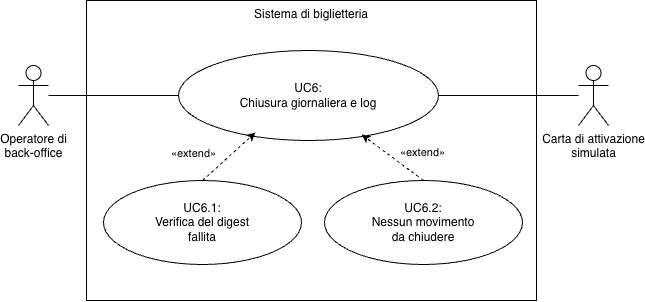
Before: img/diagrams/uc-6.png, a diagram exported from draw.io (Leddosja/thesis-EdisHodja). Source tidied: cells renumbered, new cells last; positions are measured from the earlier drawing's top-left corner, leaving out a move shared by most shapes. The source it was exported from:
```xml
<mxGraphModel background="#FFFFFF">
  <root>
    <mxCell id="0" />
    <mxCell id="1" parent="0" />
    <mxCell id="2" value="Sistema di biglietteria" style="rounded=0;whiteSpace=wrap;html=1;fillColor=default;verticalAlign=top;" parent="1" vertex="1">
      <mxGeometry x="68" width="450" height="300" as="geometry" />
    </mxCell>
    <mxCell id="3" value="UC6:&lt;br&gt;Chiusura giornaliera e log" style="ellipse;whiteSpace=wrap;html=1;rounded=0;strokeColor=default;align=center;verticalAlign=middle;fontFamily=Helvetica;fontSize=12;fontColor=default;fillColor=default;" parent="1" vertex="1">
      <mxGeometry x="160" y="50" width="260" height="90" as="geometry" />
    </mxCell>
    <mxCell id="4" style="edgeStyle=none;html=1;entryX=0;entryY=0.5;entryDx=0;entryDy=0;endArrow=none;endFill=0;" parent="1" edge="1" source="5" target="3">
      <mxGeometry relative="1" as="geometry" />
    </mxCell>
    <mxCell id="5" value="Operatore di&lt;br&gt;back-office" style="shape=umlActor;verticalLabelPosition=bottom;verticalAlign=top;html=1;rounded=0;strokeColor=default;align=center;fontFamily=Helvetica;fontSize=12;fontColor=default;fillColor=default;" parent="1" vertex="1">
      <mxGeometry y="65" width="30" height="60" as="geometry" />
    </mxCell>
    <mxCell id="6" style="edgeStyle=none;html=1;entryX=1;entryY=0.5;entryDx=0;entryDy=0;endArrow=none;endFill=0;verticalAlign=middle;" parent="1" edge="1" source="7">
      <mxGeometry relative="1" as="geometry">
        <mxPoint x="420" y="95" as="targetPoint" />
      </mxGeometry>
    </mxCell>
    <mxCell id="7" value="Carta di attivazione&lt;br&gt;simulata" style="shape=umlActor;verticalLabelPosition=bottom;verticalAlign=top;html=1;rounded=0;strokeColor=default;align=center;fontFamily=Helvetica;fontSize=12;fontColor=default;fillColor=default;" parent="1" vertex="1">
      <mxGeometry x="560" y="65" width="30" height="60" as="geometry" />
    </mxCell>
    <mxCell id="8" value="UC6.1:&lt;br&gt;Verifica del digest&lt;br&gt;fallita" style="ellipse;whiteSpace=wrap;html=1;rounded=0;strokeColor=default;align=center;verticalAlign=middle;fontFamily=Helvetica;fontSize=12;fontColor=default;fillColor=default;" parent="1" vertex="1">
      <mxGeometry x="85" y="180" width="198" height="84" as="geometry" />
    </mxCell>
    <mxCell id="9" value="UC6.2:&lt;br&gt;Nessun movimento&lt;br&gt;da chiudere" style="ellipse;whiteSpace=wrap;html=1;rounded=0;strokeColor=default;align=center;verticalAlign=middle;fontFamily=Helvetica;fontSize=12;fontColor=default;fillColor=default;" parent="1" vertex="1">
      <mxGeometry x="306" y="180" width="198" height="84" as="geometry" />
    </mxCell>
    <mxCell id="10" style="edgeStyle=none;html=1;dashed=1;entryX=0.296;entryY=0.911;entryDx=0;entryDy=0;exitX=0.5;exitY=0;exitDx=0;exitDy=0;entryPerimeter=0;" parent="1" edge="1" source="8" target="3">
      <mxGeometry relative="1" as="geometry" />
    </mxCell>
    <mxCell id="11" value="&lt;span style=&quot;color: rgb(0, 0, 0);&quot;&gt;«extend»&lt;/span&gt;" style="edgeLabel;html=1;align=center;verticalAlign=middle;" parent="10" vertex="1">
      <mxGeometry x="-0.18" y="-2" relative="1" as="geometry">
        <mxPoint x="-32" y="-10" as="offset" />
      </mxGeometry>
    </mxCell>
    <mxCell id="12" style="edgeStyle=none;html=1;dashed=1;exitX=0.5;exitY=0;exitDx=0;exitDy=0;entryX=0.704;entryY=0.933;entryDx=0;entryDy=0;entryPerimeter=0;" parent="1" edge="1" source="9" target="3">
      <mxGeometry relative="1" as="geometry" />
    </mxCell>
    <mxCell id="13" value="&lt;span style=&quot;color: rgb(0, 0, 0);&quot;&gt;«extend»&lt;/span&gt;" style="edgeLabel;html=1;align=center;verticalAlign=middle;" parent="12" vertex="1">
      <mxGeometry x="-0.18" y="-2" relative="1" as="geometry">
        <mxPoint x="23" y="-8" as="offset" />
      </mxGeometry>
    </mxCell>
  </root>
</mxGraphModel>
```
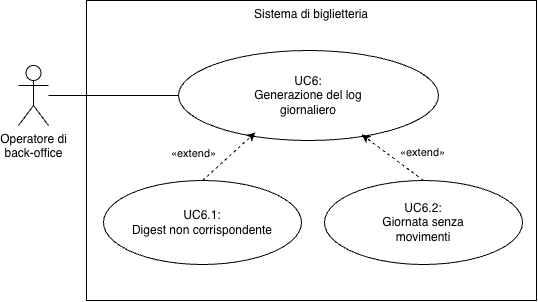
After the change.

What changed in the source:
```diff
@@ -5,7 +5,7 @@
     <mxCell id="2" value="Sistema di biglietteria" style="rounded=0;whiteSpace=wrap;html=1;fillColor=default;verticalAlign=top;" parent="1" vertex="1">
       <mxGeometry x="68" width="450" height="300" as="geometry" />
     </mxCell>
-    <mxCell id="3" value="UC6:&lt;br&gt;Chiusura giornaliera e log" style="ellipse;whiteSpace=wrap;html=1;rounded=0;strokeColor=default;align=center;verticalAlign=middle;fontFamily=Helvetica;fontSize=12;fontColor=default;fillColor=default;" parent="1" vertex="1">
+    <mxCell id="3" value="UC6:&lt;br&gt;Generazione del log&lt;br&gt;giornaliero" style="ellipse;whiteSpace=wrap;html=1;rounded=0;strokeColor=default;align=center;verticalAlign=middle;fontFamily=Helvetica;fontSize=12;fontColor=default;fillColor=default;" parent="1" vertex="1">
       <mxGeometry x="160" y="50" width="260" height="90" as="geometry" />
     </mxCell>
     <mxCell id="4" style="edgeStyle=none;html=1;entryX=0;entryY=0.5;entryDx=0;entryDy=0;endArrow=none;endFill=0;" parent="1" edge="1" source="5" target="3">
@@ -14,18 +14,10 @@
     <mxCell id="5" value="Operatore di&lt;br&gt;back-office" style="shape=umlActor;verticalLabelPosition=bottom;verticalAlign=top;html=1;rounded=0;strokeColor=default;align=center;fontFamily=Helvetica;fontSize=12;fontColor=default;fillColor=default;" parent="1" vertex="1">
       <mxGeometry y="65" width="30" height="60" as="geometry" />
     </mxCell>
-    <mxCell id="6" style="edgeStyle=none;html=1;entryX=1;entryY=0.5;entryDx=0;entryDy=0;endArrow=none;endFill=0;verticalAlign=middle;" parent="1" edge="1" source="7">
-      <mxGeometry relative="1" as="geometry">
-        <mxPoint x="420" y="95" as="targetPoint" />
-      </mxGeometry>
-    </mxCell>
-    <mxCell id="7" value="Carta di attivazione&lt;br&gt;simulata" style="shape=umlActor;verticalLabelPosition=bottom;verticalAlign=top;html=1;rounded=0;strokeColor=default;align=center;fontFamily=Helvetica;fontSize=12;fontColor=default;fillColor=default;" parent="1" vertex="1">
-      <mxGeometry x="560" y="65" width="30" height="60" as="geometry" />
-    </mxCell>
-    <mxCell id="8" value="UC6.1:&lt;br&gt;Verifica del digest&lt;br&gt;fallita" style="ellipse;whiteSpace=wrap;html=1;rounded=0;strokeColor=default;align=center;verticalAlign=middle;fontFamily=Helvetica;fontSize=12;fontColor=default;fillColor=default;" parent="1" vertex="1">
+    <mxCell id="8" value="UC6.1:&lt;br&gt;Digest non corrispondente" style="ellipse;whiteSpace=wrap;html=1;rounded=0;strokeColor=default;align=center;verticalAlign=middle;fontFamily=Helvetica;fontSize=12;fontColor=default;fillColor=default;" parent="1" vertex="1">
       <mxGeometry x="85" y="180" width="198" height="84" as="geometry" />
     </mxCell>
-    <mxCell id="9" value="UC6.2:&lt;br&gt;Nessun movimento&lt;br&gt;da chiudere" style="ellipse;whiteSpace=wrap;html=1;rounded=0;strokeColor=default;align=center;verticalAlign=middle;fontFamily=Helvetica;fontSize=12;fontColor=default;fillColor=default;" parent="1" vertex="1">
+    <mxCell id="9" value="UC6.2:&lt;br&gt;Giornata senza&lt;br&gt;movimenti" style="ellipse;whiteSpace=wrap;html=1;rounded=0;strokeColor=default;align=center;verticalAlign=middle;fontFamily=Helvetica;fontSize=12;fontColor=default;fillColor=default;" parent="1" vertex="1">
       <mxGeometry x="306" y="180" width="198" height="84" as="geometry" />
     </mxCell>
     <mxCell id="10" style="edgeStyle=none;html=1;dashed=1;entryX=0.296;entryY=0.911;entryDx=0;entryDy=0;exitX=0.5;exitY=0;exitDx=0;exitDy=0;entryPerimeter=0;" parent="1" edge="1" source="8" target="3">
```
